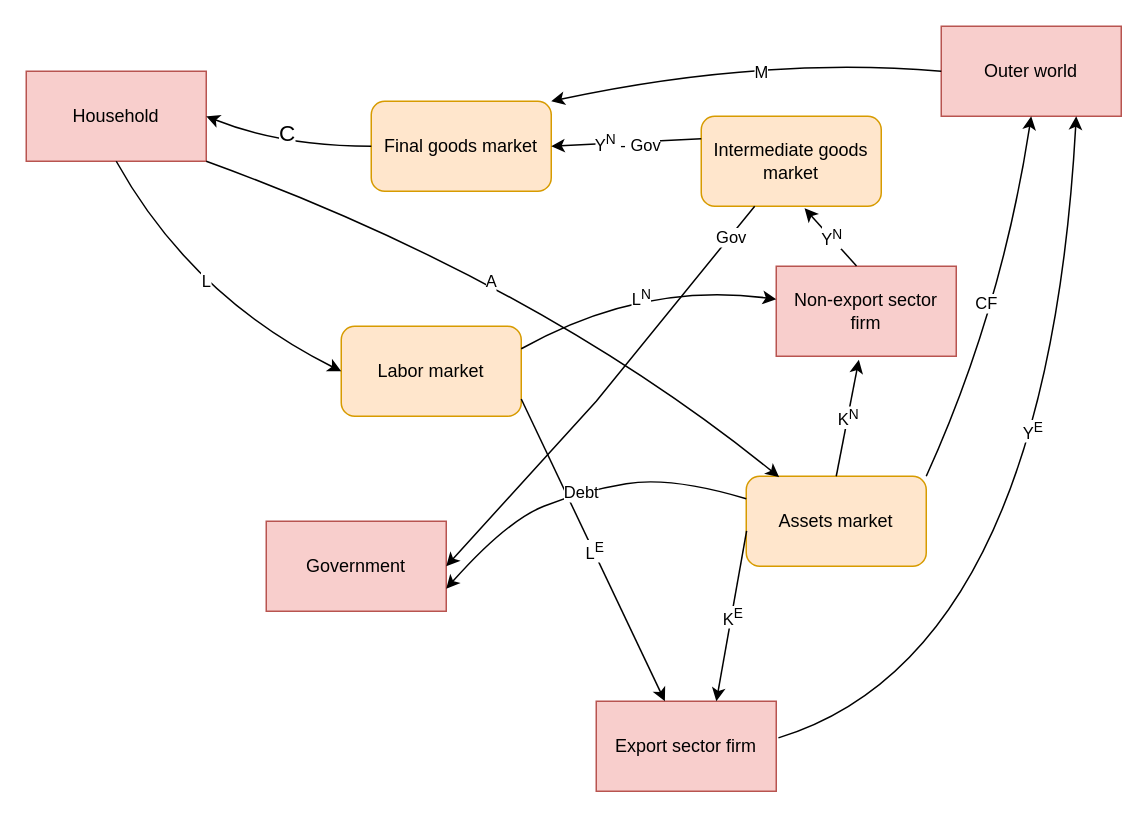
Before: plots/Balance.drawio in mkhlgrv/olg, a draw.io diagram. Source tidied: cells renumbered, new cells numbered last; positions are measured from the earlier drawing's top-left corner, leaving out a move shared by most shapes. Both pictures are drawn from the tidied source at 150%, with x=0, y=0 at pixel (26, 26).
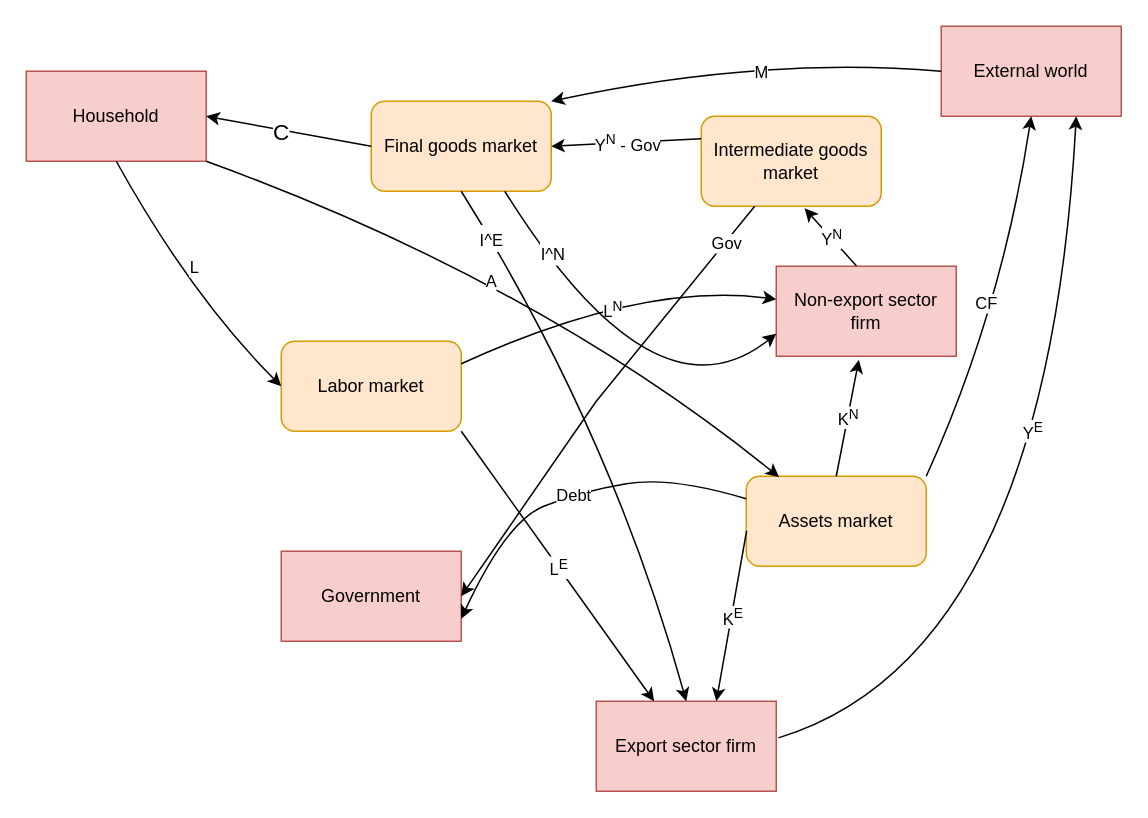
The same page after the edit.

Unchanged cells that the change refers to:
```xml
<mxCell id="2" value="Household" style="rounded=0;whiteSpace=wrap;html=1;fillColor=#f8cecc;strokeColor=#b85450;" parent="1" vertex="1">
  <mxGeometry y="30" width="120" height="60" as="geometry" />
</mxCell>
<mxCell id="4" value="&lt;div&gt;Non-export sector firm&lt;br&gt;&lt;/div&gt;" style="whiteSpace=wrap;html=1;fillColor=#f8cecc;strokeColor=#b85450;" parent="1" vertex="1">
  <mxGeometry x="500" y="160" width="120" height="60" as="geometry" />
</mxCell>
<mxCell id="5" value="&lt;div&gt;Export sector firm&lt;/div&gt;" style="whiteSpace=wrap;html=1;fillColor=#f8cecc;strokeColor=#b85450;" parent="1" vertex="1">
  <mxGeometry x="380" y="450" width="120" height="60" as="geometry" />
</mxCell>
<mxCell id="8" value="&lt;div&gt;Final goods market&lt;/div&gt;" style="rounded=1;whiteSpace=wrap;html=1;fillColor=#ffe6cc;strokeColor=#d79b00;" parent="1" vertex="1">
  <mxGeometry x="230" y="50" width="120" height="60" as="geometry" />
</mxCell>
```

Change to the diagram source:
```diff
@@
     <mxCell id="3" value="&lt;div&gt;Government&lt;/div&gt;" style="whiteSpace=wrap;html=1;fillColor=#f8cecc;strokeColor=#b85450;" parent="1" vertex="1">
-      <mxGeometry x="160" y="330" width="120" height="60" as="geometry" />
+      <mxGeometry x="170" y="350" width="120" height="60" as="geometry" />
     </mxCell>
@@
-    <mxCell id="6" value="&lt;div&gt;Outer world&lt;/div&gt;" style="whiteSpace=wrap;html=1;fillColor=#f8cecc;strokeColor=#b85450;" parent="1" vertex="1">
+    <mxCell id="6" value="&lt;div&gt;External world&lt;/div&gt;" style="whiteSpace=wrap;html=1;fillColor=#f8cecc;strokeColor=#b85450;" parent="1" vertex="1">
       <mxGeometry x="610" width="120" height="60" as="geometry" />
     </mxCell>
     <mxCell id="7" value="Labor market" style="rounded=1;whiteSpace=wrap;html=1;fillColor=#ffe6cc;strokeColor=#d79b00;" parent="1" vertex="1">
-      <mxGeometry x="210" y="200" width="120" height="60" as="geometry" />
+      <mxGeometry x="170" y="210" width="120" height="60" as="geometry" />
     </mxCell>
@@
     <mxCell id="11" style="endArrow=classic;html=1;exitX=0;exitY=0.5;exitDx=0;exitDy=0;entryX=1;entryY=0.5;entryDx=0;entryDy=0;curved=1;" parent="1" edge="1" source="8" target="2">
-      <mxGeometry relative="1" as="geometry">
-        <Array as="points">
-          <mxPoint x="170" y="80" />
-        </Array>
-      </mxGeometry>
+      <mxGeometry relative="1" as="geometry" />
     </mxCell>
     <mxCell id="12" value="C" style="edgeLabel;html=1;align=center;verticalAlign=middle;fontSize=15;" parent="11" vertex="1">
       <mxGeometry relative="1" as="geometry">
-        <mxPoint y="-10" as="offset" />
+        <mxPoint x="-5" as="offset" />
       </mxGeometry>
     </mxCell>
@@
-    <mxCell id="21" style="endArrow=classic;html=1;rounded=0;exitX=1;exitY=0.25;exitDx=0;exitDy=0;" parent="1" edge="1" target="5">
-      <mxGeometry relative="1" as="geometry">
-        <mxPoint x="330" y="248.5" as="sourcePoint" />
-      </mxGeometry>
+    <mxCell id="21" style="endArrow=classic;html=1;rounded=0;exitX=1;exitY=1;exitDx=0;exitDy=0;" parent="1" edge="1" source="7" target="5">
+      <mxGeometry relative="1" as="geometry" />
     </mxCell>
@@
+    <mxCell id="39" style="endArrow=classic;html=1;exitX=0.5;exitY=1;exitDx=0;exitDy=0;entryX=0.5;entryY=0;entryDx=0;entryDy=0;curved=1;" parent="1" edge="1" source="8" target="5">
+      <mxGeometry relative="1" as="geometry">
+        <Array as="points">
+          <mxPoint x="390" y="270" />
+        </Array>
+      </mxGeometry>
+    </mxCell>
+    <mxCell id="40" value="&lt;font style=&quot;font-size: 11px;&quot;&gt;I^E&lt;/font&gt;" style="edgeLabel;html=1;align=center;verticalAlign=middle;fontSize=15;" parent="39" vertex="1">
+      <mxGeometry relative="1" as="geometry">
+        <mxPoint x="-80" y="-129" as="offset" />
+      </mxGeometry>
+    </mxCell>
+    <mxCell id="41" style="endArrow=classic;html=1;exitX=0.5;exitY=1;exitDx=0;exitDy=0;entryX=0;entryY=0.75;entryDx=0;entryDy=0;curved=1;" parent="1" edge="1" target="4">
+      <mxGeometry relative="1" as="geometry">
+        <mxPoint x="319" y="110" as="sourcePoint" />
+        <Array as="points">
+          <mxPoint x="419" y="270" />
+        </Array>
+      </mxGeometry>
+    </mxCell>
+    <mxCell id="42" value="&lt;font style=&quot;font-size: 11px;&quot;&gt;I^N&lt;/font&gt;" style="edgeLabel;html=1;align=center;verticalAlign=middle;fontSize=15;" parent="41" vertex="1">
+      <mxGeometry relative="1" as="geometry">
+        <mxPoint x="-46" y="-84" as="offset" />
+      </mxGeometry>
+    </mxCell>
```
